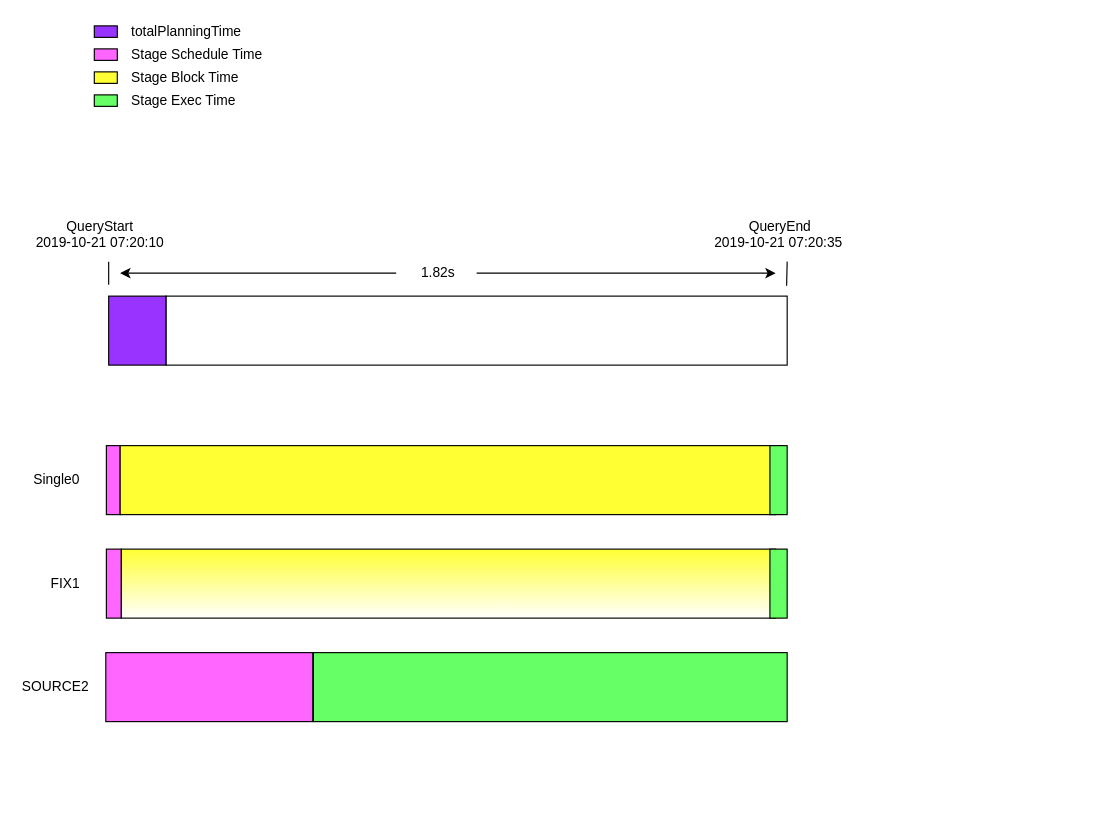
Earlier version of the draw.io diagram prestoQueryView.drawio (chuanjian666/drawio). Source tidied: cells renumbered, new cells numbered last; positions are measured from the earlier drawing's top-left corner, leaving out a move shared by most shapes. Both pictures are drawn from the tidied source at 115%, with x=0, y=0 at pixel (18, 20).
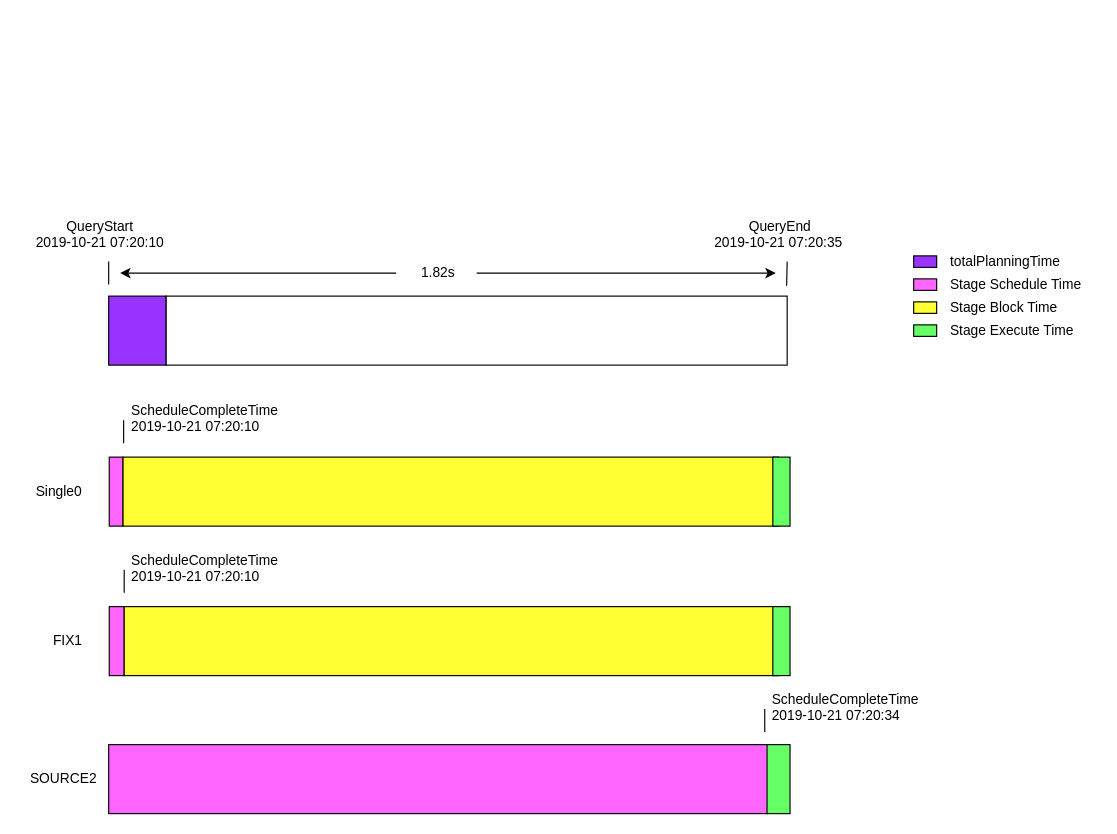
The same diagram, later.

Diff of the diagram source:
```diff
@@
     <mxCell id="4" style="rounded=0;whiteSpace=wrap;html=1;fillColor=#9933FF;" parent="1" vertex="1">
-      <mxGeometry x="65.5" y="5" width="20" height="10" as="geometry" />
+      <mxGeometry x="778" y="205" width="20" height="10" as="geometry" />
     </mxCell>
     <mxCell id="5" value="totalPlanningTime" style="text;html=1;align=left;verticalAlign=top;spacingTop=-4;" parent="1" vertex="1">
-      <mxGeometry x="95.5" width="110" height="20" as="geometry" />
+      <mxGeometry x="808" y="200" width="110" height="20" as="geometry" />
     </mxCell>
@@
     <mxCell id="13" style="rounded=0;whiteSpace=wrap;html=1;fillColor=#FF66FF;" parent="1" vertex="1">
-      <mxGeometry x="76" y="370" width="12" height="60" as="geometry" />
+      <mxGeometry x="78.5" y="380" width="12" height="60" as="geometry" />
     </mxCell>
     <mxCell id="14" style="rounded=0;whiteSpace=wrap;html=1;fillColor=#FF66FF;" parent="1" vertex="1">
-      <mxGeometry x="75.5" y="550" width="180" height="60" as="geometry" />
+      <mxGeometry x="78" y="630" width="573" height="60" as="geometry" />
     </mxCell>
     <mxCell id="15" style="rounded=0;whiteSpace=wrap;html=1;fillColor=#FF66FF;" parent="1" vertex="1">
-      <mxGeometry x="76" y="460" width="13" height="60" as="geometry" />
+      <mxGeometry x="78.5" y="510" width="13" height="60" as="geometry" />
     </mxCell>
     <mxCell id="16" value="Single0" style="text;html=1;align=left;verticalAlign=top;spacingTop=-4;labelBackgroundColor=#ffffff;" parent="1" vertex="1">
-      <mxGeometry x="10.5" y="390" width="60" height="20" as="geometry" />
+      <mxGeometry x="13" y="400" width="60" height="20" as="geometry" />
     </mxCell>
     <mxCell id="17" value="FIX1" style="text;html=1;align=left;verticalAlign=top;spacingTop=-4;" parent="1" vertex="1">
-      <mxGeometry x="25.5" y="480" width="40" height="20" as="geometry" />
+      <mxGeometry x="28" y="530" width="40" height="20" as="geometry" />
     </mxCell>
     <mxCell id="18" value="SOURCE2" style="text;html=1;align=left;verticalAlign=top;spacingTop=-4;" parent="1" vertex="1">
-      <mxGeometry x="0.5" y="570" width="70" height="20" as="geometry" />
+      <mxGeometry x="8" y="650" width="70" height="20" as="geometry" />
     </mxCell>
     <mxCell id="19" style="rounded=0;whiteSpace=wrap;html=1;fillColor=#FF66FF;" parent="1" vertex="1">
-      <mxGeometry x="65.5" y="25" width="20" height="10" as="geometry" />
+      <mxGeometry x="778" y="225" width="20" height="10" as="geometry" />
     </mxCell>
     <mxCell id="20" value="Stage Schedule Time" style="text;html=1;align=left;verticalAlign=top;spacingTop=-4;" parent="1" vertex="1">
-      <mxGeometry x="95.5" y="20" width="130" height="20" as="geometry" />
+      <mxGeometry x="808" y="220" width="130" height="20" as="geometry" />
     </mxCell>
     <mxCell id="21" style="rounded=0;whiteSpace=wrap;html=1;labelBackgroundColor=#00FFFF;fillColor=#66FF66;" parent="1" vertex="1">
-      <mxGeometry x="256" y="550" width="412" height="60" as="geometry" />
+      <mxGeometry x="650.5" y="630" width="20" height="60" as="geometry" />
     </mxCell>
-    <mxCell id="22" style="rounded=0;whiteSpace=wrap;html=1;labelBackgroundColor=#00FFFF;fillColor=#FFFF33;gradientColor=#ffffff;" parent="1" vertex="1">
-      <mxGeometry x="89" y="460" width="569" height="60" as="geometry" />
+    <mxCell id="22" style="rounded=0;whiteSpace=wrap;html=1;labelBackgroundColor=#00FFFF;fillColor=#FFFF33;gradientColor=none;" parent="1" vertex="1">
+      <mxGeometry x="91.5" y="510" width="569" height="60" as="geometry" />
     </mxCell>
     <mxCell id="23" style="rounded=0;whiteSpace=wrap;html=1;labelBackgroundColor=#00FFFF;fillColor=#FFFF33;" parent="1" vertex="1">
-      <mxGeometry x="88" y="370" width="570" height="60" as="geometry" />
+      <mxGeometry x="90.5" y="380" width="570" height="60" as="geometry" />
     </mxCell>
     <mxCell id="24" style="rounded=0;whiteSpace=wrap;html=1;labelBackgroundColor=#00FFFF;fillColor=#66FF66;" parent="1" vertex="1">
-      <mxGeometry x="653" y="460" width="15" height="60" as="geometry" />
+      <mxGeometry x="655.5" y="510" width="15" height="60" as="geometry" />
     </mxCell>
     <mxCell id="25" style="rounded=0;whiteSpace=wrap;html=1;labelBackgroundColor=#00FFFF;fillColor=#66FF66;" parent="1" vertex="1">
-      <mxGeometry x="653" y="370" width="15" height="60" as="geometry" />
+      <mxGeometry x="655.5" y="380" width="15" height="60" as="geometry" />
     </mxCell>
     <mxCell id="26" style="rounded=0;whiteSpace=wrap;html=1;fillColor=#FFFF33;" parent="1" vertex="1">
-      <mxGeometry x="65.5" y="45" width="20" height="10" as="geometry" />
+      <mxGeometry x="778" y="245" width="20" height="10" as="geometry" />
     </mxCell>
     <mxCell id="27" value="Stage Block Time" style="text;html=1;align=left;verticalAlign=top;spacingTop=-4;" parent="1" vertex="1">
-      <mxGeometry x="95.5" y="40" width="110" height="20" as="geometry" />
+      <mxGeometry x="808" y="240" width="110" height="20" as="geometry" />
     </mxCell>
     <mxCell id="28" style="rounded=0;whiteSpace=wrap;html=1;fillColor=#66FF66;" parent="1" vertex="1">
-      <mxGeometry x="65.5" y="65" width="20" height="10" as="geometry" />
+      <mxGeometry x="778" y="265" width="20" height="10" as="geometry" />
     </mxCell>
-    <mxCell id="29" value="Stage Exec Time" style="text;html=1;align=left;verticalAlign=top;spacingTop=-4;" parent="1" vertex="1">
-      <mxGeometry x="95.5" y="60" width="110" height="20" as="geometry" />
+    <mxCell id="29" value="Stage Execute Time" style="text;html=1;align=left;verticalAlign=top;spacingTop=-4;" parent="1" vertex="1">
+      <mxGeometry x="808" y="260" width="120" height="20" as="geometry" />
     </mxCell>
+    <mxCell id="30" value="ScheduleCompleteTime&lt;br&gt;2019-10-21 07:20:10" style="text;html=1;align=left;verticalAlign=top;spacingTop=-4;" parent="1" vertex="1">
+      <mxGeometry x="95.5" y="330" width="140" height="30" as="geometry" />
+    </mxCell>
+    <mxCell id="31" style="endArrow=none;html=1;" parent="1" edge="1">
+      <mxGeometry relative="1" as="geometry">
+        <mxPoint x="91" y="368" as="sourcePoint" />
+        <mxPoint x="91" y="348" as="targetPoint" />
+      </mxGeometry>
+    </mxCell>
+    <mxCell id="32" value="ScheduleCompleteTime&lt;br&gt;2019-10-21 07:20:10" style="text;html=1;align=left;verticalAlign=top;spacingTop=-4;" parent="1" vertex="1">
+      <mxGeometry x="96" y="460" width="140" height="30" as="geometry" />
+    </mxCell>
+    <mxCell id="33" style="endArrow=none;html=1;" parent="1" edge="1">
+      <mxGeometry relative="1" as="geometry">
+        <mxPoint x="91.5" y="498" as="sourcePoint" />
+        <mxPoint x="91.5" y="478" as="targetPoint" />
+      </mxGeometry>
+    </mxCell>
+    <mxCell id="34" value="ScheduleCompleteTime&lt;br&gt;2019-10-21 07:20:34" style="text;html=1;align=left;verticalAlign=top;spacingTop=-4;" parent="1" vertex="1">
+      <mxGeometry x="653" y="581" width="140" height="30" as="geometry" />
+    </mxCell>
+    <mxCell id="35" style="endArrow=none;html=1;" parent="1" edge="1">
+      <mxGeometry relative="1" as="geometry">
+        <mxPoint x="648.5" y="619" as="sourcePoint" />
+        <mxPoint x="648.5" y="599" as="targetPoint" />
+      </mxGeometry>
+    </mxCell>
```
